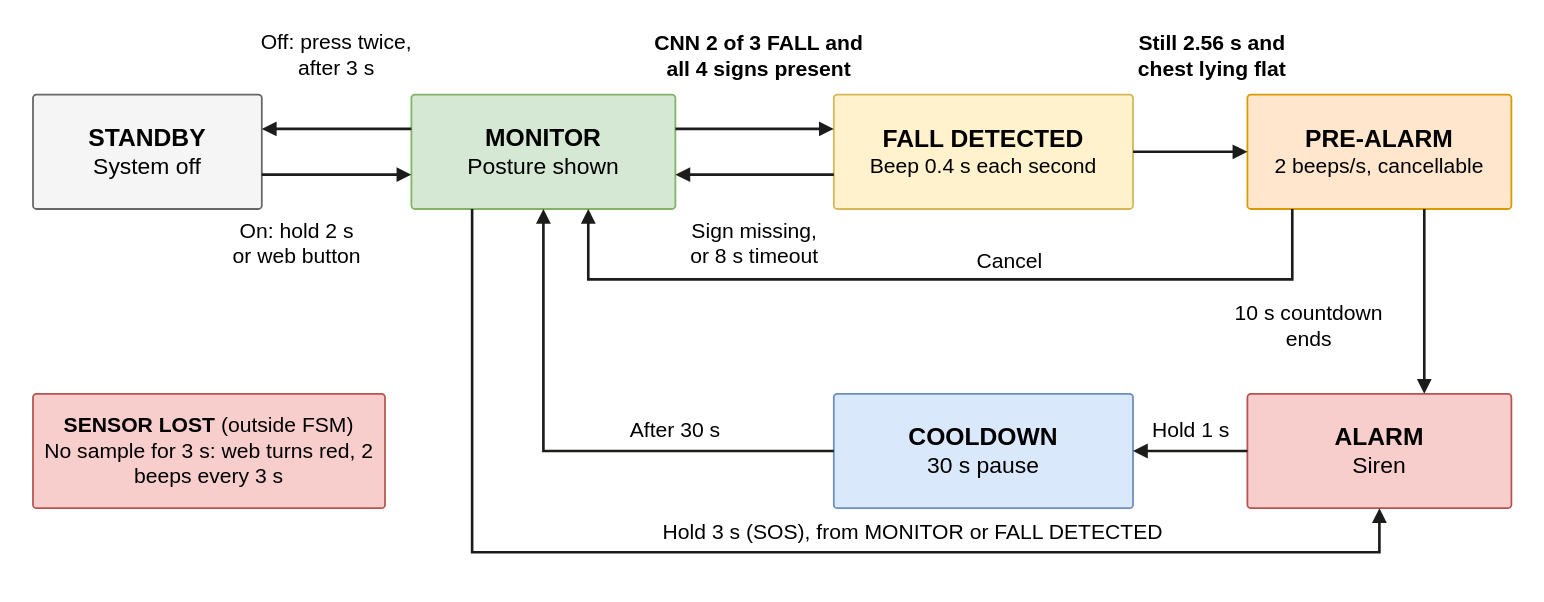
Before: docs/so_do_slide/5_safety_fsm.drawio in danhle396/fpga2026gowin, a draw.io diagram. Source tidied: cells renumbered, new cells numbered last; positions are measured from the earlier drawing's top-left corner, leaving out a move shared by most shapes. Both pictures are drawn from the tidied source at 88%, with x=0, y=0 at pixel (15, 15).
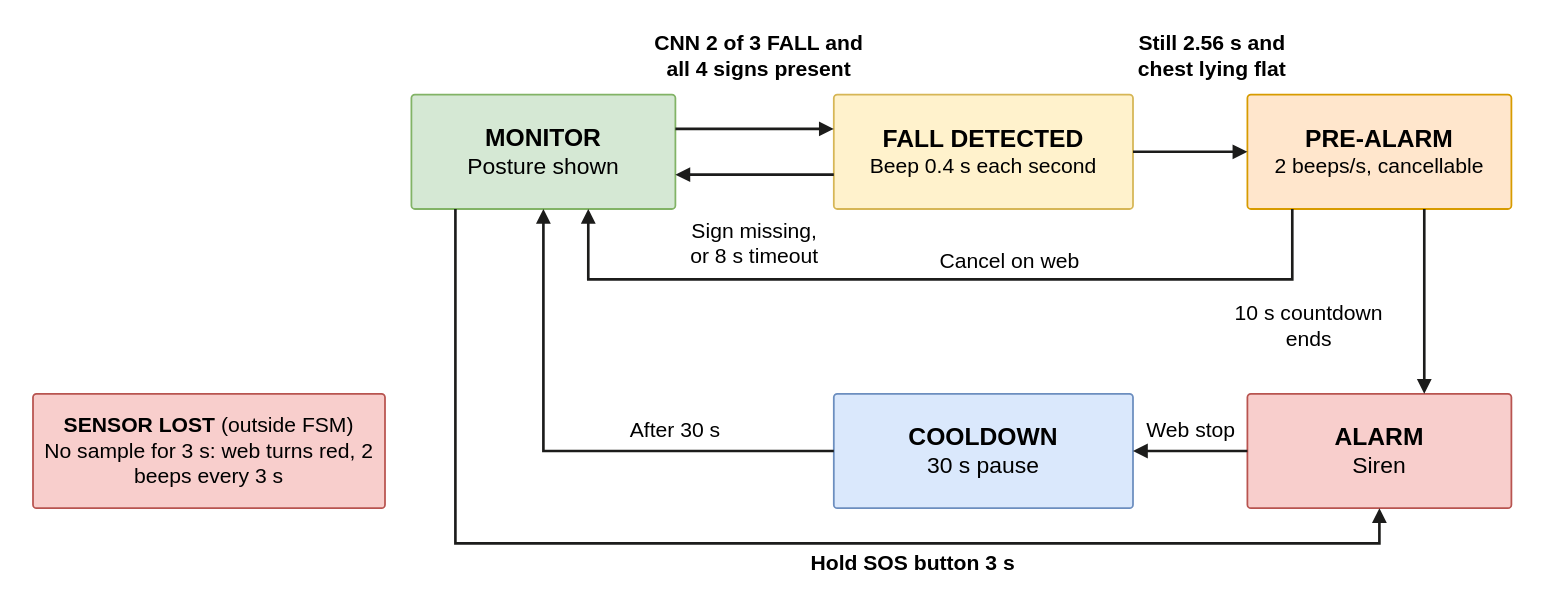
After the change.

Unchanged cells that the change refers to:
```xml
<mxCell id="4" value="&lt;b style='font-size:28px'&gt;MONITOR&lt;/b&gt;&lt;br&gt;Posture shown" style="rounded=1;arcSize=8;absoluteArcSize=1;whiteSpace=wrap;html=1;strokeWidth=2;fontSize=26;fontColor=#000000;align=center;verticalAlign=middle;spacing=8;fontFamily=Helvetica;fillColor=#d5e8d4;strokeColor=#82b366;" parent="1" vertex="1">
  <mxGeometry x="450" y="90" width="300" height="130" as="geometry" />
</mxCell>
<mxCell id="7" value="&lt;b style='font-size:28px'&gt;ALARM&lt;/b&gt;&lt;br&gt;Siren" style="rounded=1;arcSize=8;absoluteArcSize=1;whiteSpace=wrap;html=1;strokeWidth=2;fontSize=26;fontColor=#000000;align=center;verticalAlign=middle;spacing=8;fontFamily=Helvetica;fillColor=#f8cecc;strokeColor=#b85450;" parent="1" vertex="1">
  <mxGeometry x="1400" y="430" width="300" height="130" as="geometry" />
</mxCell>
```

What changed in the source:
```diff
@@
-    <mxCell id="3" value="&lt;b style='font-size:28px'&gt;STANDBY&lt;/b&gt;&lt;br&gt;System off" style="rounded=1;arcSize=8;absoluteArcSize=1;whiteSpace=wrap;html=1;strokeWidth=2;fontSize=26;fontColor=#000000;align=center;verticalAlign=middle;spacing=8;fontFamily=Helvetica;fillColor=#f5f5f5;strokeColor=#666666;" parent="1" vertex="1">
-      <mxGeometry x="20" y="90" width="260" height="130" as="geometry" />
-    </mxCell>
@@
-    <mxCell id="10" style="edgeStyle=none;html=1;rounded=0;strokeColor=#1c1c1b;strokeWidth=3;endArrow=block;endFill=1;endSize=9;exitX=0;exitY=0.3;exitDx=0;exitDy=0;entryX=1;entryY=0.3;entryDx=0;entryDy=0;" parent="1" edge="1" source="4" target="3">
-      <mxGeometry relative="1" as="geometry" />
-    </mxCell>
-    <mxCell id="11" style="edgeStyle=none;html=1;rounded=0;strokeColor=#1c1c1b;strokeWidth=3;endArrow=block;endFill=1;endSize=9;exitX=1;exitY=0.7;exitDx=0;exitDy=0;entryX=0;entryY=0.7;entryDx=0;entryDy=0;" parent="1" edge="1" source="3" target="4">
-      <mxGeometry relative="1" as="geometry" />
-    </mxCell>
@@
-    <mxCell id="17" style="edgeStyle=orthogonalEdgeStyle;html=1;rounded=0;strokeColor=#1c1c1b;strokeWidth=3;endArrow=block;endFill=1;endSize=9;exitX=0.23;exitY=1;exitDx=0;exitDy=0;entryX=0.5;entryY=1;entryDx=0;entryDy=0;" parent="1" edge="1" source="4" target="7">
-      <mxGeometry relative="1" as="geometry">
-        <Array as="points">
-          <mxPoint x="519" y="610" />
-          <mxPoint x="1550" y="610" />
-        </Array>
-      </mxGeometry>
-    </mxCell>
@@
-    <mxCell id="20" value="Off: press twice,&lt;br&gt;after 3 s" style="text;html=1;strokeColor=none;fillColor=none;whiteSpace=wrap;fontSize=24;fontColor=#000000;align=center;verticalAlign=middle;spacing=0;fontFamily=Helvetica;fontStyle=0;" parent="1" vertex="1">
-      <mxGeometry x="190" y="10" width="350" height="70" as="geometry" />
-    </mxCell>
-    <mxCell id="21" value="On: hold 2 s&lt;br&gt;or web button" style="text;html=1;strokeColor=none;fillColor=none;whiteSpace=wrap;fontSize=24;fontColor=#000000;align=center;verticalAlign=middle;spacing=0;fontFamily=Helvetica;fontStyle=0;" parent="1" vertex="1">
-      <mxGeometry x="190" y="226" width="260" height="66" as="geometry" />
-    </mxCell>
@@
-    <mxCell id="25" value="Cancel" style="text;html=1;strokeColor=none;fillColor=none;whiteSpace=wrap;fontSize=24;fontColor=#000000;align=center;verticalAlign=middle;spacing=0;fontFamily=Helvetica;fontStyle=0;" parent="1" vertex="1">
+    <mxCell id="25" value="Cancel on web" style="text;html=1;strokeColor=none;fillColor=none;whiteSpace=wrap;fontSize=24;fontColor=#000000;align=center;verticalAlign=middle;spacing=0;fontFamily=Helvetica;fontStyle=0;" parent="1" vertex="1">
       <mxGeometry x="1050" y="262" width="160" height="34" as="geometry" />
     </mxCell>
@@
-    <mxCell id="27" value="Hold 3 s (SOS), from MONITOR or FALL DETECTED" style="text;html=1;strokeColor=none;fillColor=none;whiteSpace=wrap;fontSize=24;fontColor=#000000;align=center;verticalAlign=middle;spacing=0;fontFamily=Helvetica;fontStyle=0;" parent="1" vertex="1">
-      <mxGeometry x="640" y="570" width="760" height="34" as="geometry" />
-    </mxCell>
-    <mxCell id="28" value="Hold 1 s" style="text;html=1;strokeColor=none;fillColor=none;whiteSpace=wrap;fontSize=24;fontColor=#000000;align=center;verticalAlign=middle;spacing=0;fontFamily=Helvetica;fontStyle=0;" parent="1" vertex="1">
+    <mxCell id="28" value="Web stop" style="text;html=1;strokeColor=none;fillColor=none;whiteSpace=wrap;fontSize=24;fontColor=#000000;align=center;verticalAlign=middle;spacing=0;fontFamily=Helvetica;fontStyle=0;" parent="1" vertex="1">
       <mxGeometry x="1272" y="455" width="128" height="34" as="geometry" />
     </mxCell>
@@
+    <mxCell id="17" style="edgeStyle=orthogonalEdgeStyle;html=1;rounded=0;strokeColor=#1c1c1b;strokeWidth=3;endArrow=block;endFill=1;endSize=9;exitX=0.1667;exitY=1;exitDx=0;exitDy=0;entryX=0.5;entryY=1;entryDx=0;entryDy=0;" parent="1" edge="1" source="4" target="7">
+      <mxGeometry relative="1" as="geometry">
+        <Array as="points">
+          <mxPoint x="500" y="600" />
+          <mxPoint x="1550" y="600" />
+        </Array>
+      </mxGeometry>
+    </mxCell>
+    <mxCell id="30" value="Hold SOS button 3 s" style="text;html=1;strokeColor=none;fillColor=none;whiteSpace=wrap;fontSize=24;fontColor=#000000;align=center;verticalAlign=middle;spacing=0;fontFamily=Helvetica;fontStyle=1;" parent="1" vertex="1">
+      <mxGeometry x="850" y="606" width="340" height="34" as="geometry" />
+    </mxCell>
```
